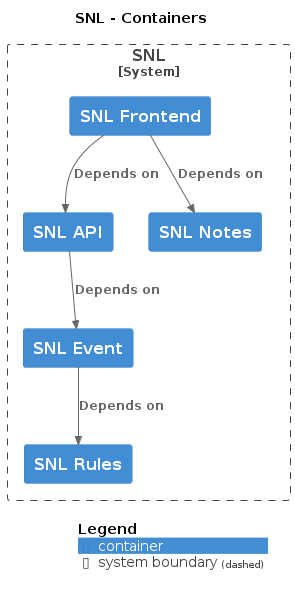
Before: docs/c4/snl/images/structurizr-snl-overview.png, a diagram exported from PlantUML (hmcts/cnp-api-docs).
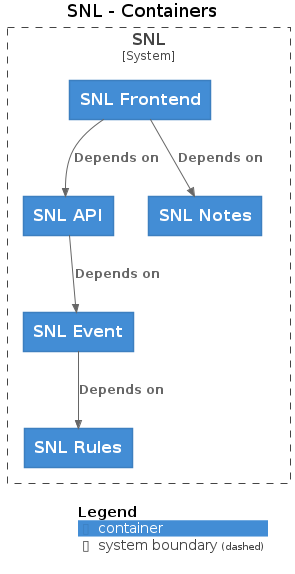
After the change.

What changed in the source:
```diff
@@ -3,22 +3,22 @@
 
 top to bottom direction
 
-!include https://raw.githubusercontent.com/plantuml-stdlib/C4-PlantUML/master/C4.puml
-!include https://raw.githubusercontent.com/plantuml-stdlib/C4-PlantUML/master/C4_Context.puml
-!include https://raw.githubusercontent.com/plantuml-stdlib/C4-PlantUML/master/C4_Container.puml
+!includeurl https://raw.githubusercontent.com/plantuml-stdlib/C4-PlantUML/master/C4.puml
+!includeurl https://raw.githubusercontent.com/plantuml-stdlib/C4-PlantUML/master/C4_Context.puml
+!includeurl https://raw.githubusercontent.com/plantuml-stdlib/C4-PlantUML/master/C4_Container.puml
 
 System_Boundary("SNL_boundary", "SNL") {
-  Container(SNL.SNLNotes, "SNL Notes", "", $tags="")
-  Container(SNL.SNLAPI, "SNL API", "", $tags="")
-  Container(SNL.SNLFrontend, "SNL Frontend", "", $tags="")
-  Container(SNL.SNLEvent, "SNL Event", "", $tags="")
-  Container(SNL.SNLRules, "SNL Rules", "", $tags="")
+  Container(SNL.SNLNotes, "SNL Notes", "")
+  Container(SNL.SNLAPI, "SNL API", "")
+  Container(SNL.SNLFrontend, "SNL Frontend", "")
+  Container(SNL.SNLEvent, "SNL Event", "")
+  Container(SNL.SNLRules, "SNL Rules", "")
 }
 
-Rel_D(SNL.SNLAPI, SNL.SNLEvent, "Depends on", $tags="")
-Rel_D(SNL.SNLFrontend, SNL.SNLAPI, "Depends on", $tags="")
-Rel_D(SNL.SNLFrontend, SNL.SNLNotes, "Depends on", $tags="")
-Rel_D(SNL.SNLEvent, SNL.SNLRules, "Depends on", $tags="")
+Rel_D(SNL.SNLAPI, SNL.SNLEvent, "Depends on")
+Rel_D(SNL.SNLFrontend, SNL.SNLAPI, "Depends on")
+Rel_D(SNL.SNLFrontend, SNL.SNLNotes, "Depends on")
+Rel_D(SNL.SNLEvent, SNL.SNLRules, "Depends on")
 
 SHOW_DYNAMIC_LEGEND()
 @enduml
```
